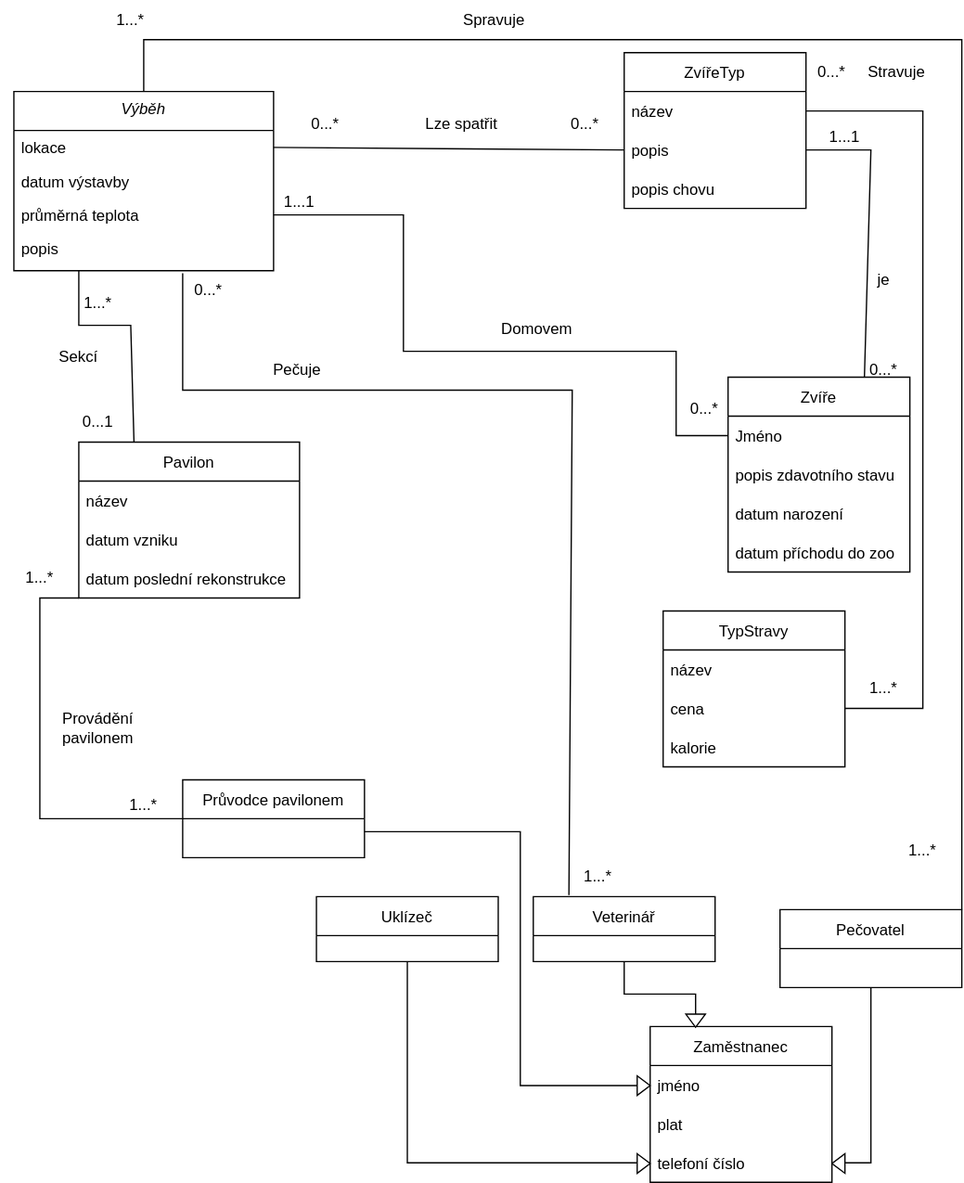
Before: NPRG036-HW1-T3G5/domain.svg, a diagram exported from draw.io (Belafon/data_formats). Source tidied: cells renumbered, new cells last; positions are measured from the earlier drawing's top-left corner, leaving out a move shared by most shapes.
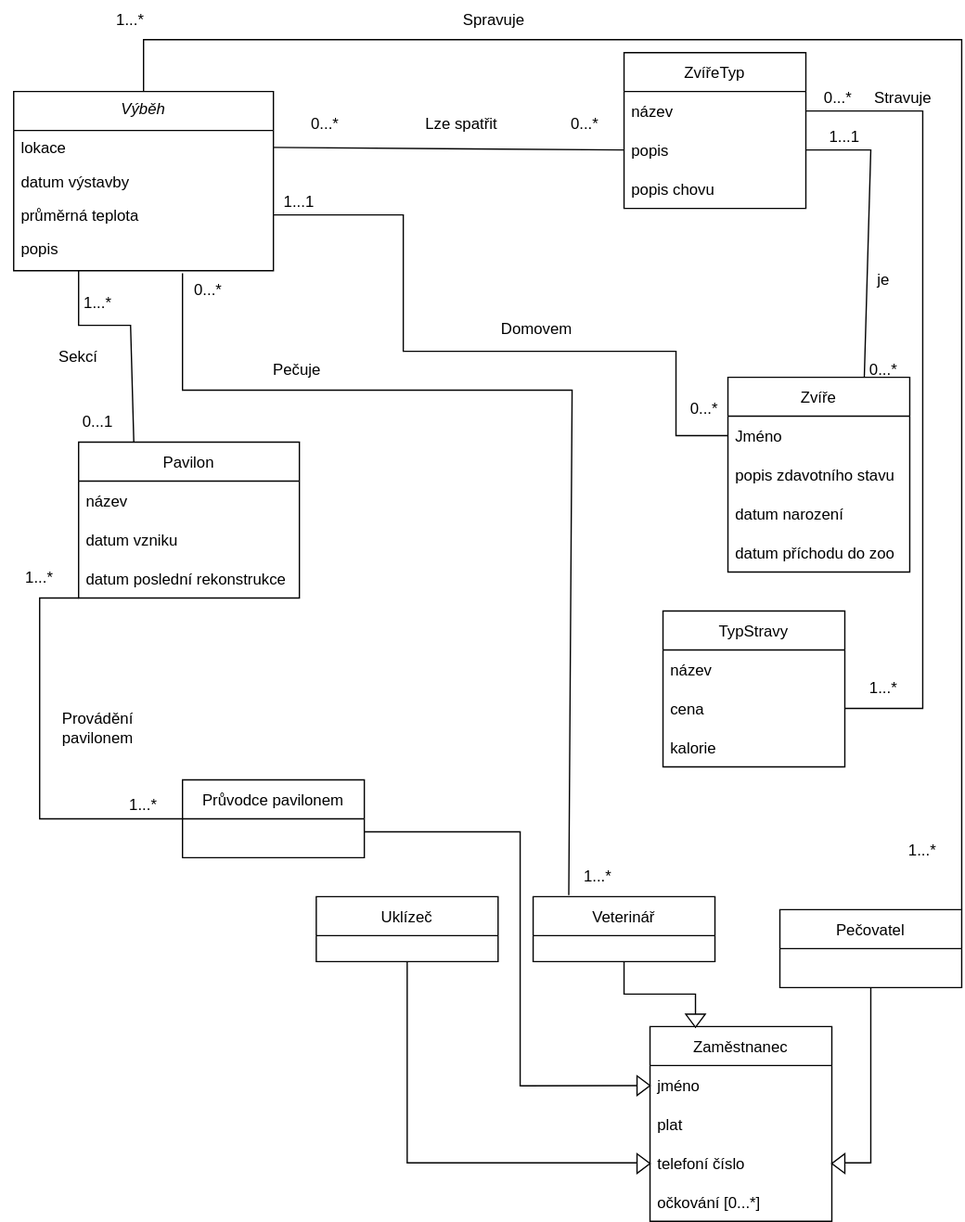
The same file after the commit.

Diff of the diagram source:
```diff
@@ -69,7 +69,7 @@
       <mxGeometry y="90" width="170" height="30" as="geometry" />
     </mxCell>
     <mxCell id="24" value="Zaměstnanec" style="swimlane;fontStyle=0;horizontal=1;startSize=30;" parent="1" vertex="1">
-      <mxGeometry x="500" y="790" width="140" height="120" as="geometry" />
+      <mxGeometry x="500" y="790" width="140" height="150" as="geometry" />
     </mxCell>
     <mxCell id="25" value="jméno" style="text;strokeColor=none;fillColor=none;align=left;verticalAlign=middle;spacingLeft=4;spacingRight=4;overflow=hidden;" parent="24" vertex="1">
       <mxGeometry y="30" width="140" height="30" as="geometry" />
@@ -80,6 +80,9 @@
     <mxCell id="27" value="telefoní číslo" style="text;strokeColor=none;fillColor=none;align=left;verticalAlign=middle;spacingLeft=4;spacingRight=4;overflow=hidden;points=[[0,0.5],[1,0.5]];portConstraint=eastwest;" parent="24" vertex="1">
       <mxGeometry y="90" width="140" height="30" as="geometry" />
     </mxCell>
+    <mxCell id="72" value="očkování [0...*]" style="text;strokeColor=none;fillColor=none;align=left;verticalAlign=middle;spacingLeft=4;spacingRight=4;overflow=hidden;" parent="24" vertex="1">
+      <mxGeometry y="120" width="140" height="30" as="geometry" />
+    </mxCell>
     <mxCell id="28" style="edgeStyle=orthogonalEdgeStyle;rounded=0;jettySize=auto;html=1;entryX=1;entryY=0.5;entryDx=0;entryDy=0;" parent="1" edge="1" source="29" target="27">
       <mxGeometry relative="1" as="geometry" />
     </mxCell>
@@ -248,13 +251,13 @@
       </mxGeometry>
     </mxCell>
     <mxCell id="69" value="0...*" style="text;html=1;strokeColor=none;fillColor=none;align=center;verticalAlign=middle;whiteSpace=wrap;rounded=0;" parent="1" vertex="1">
-      <mxGeometry x="610" y="40" width="60" height="30" as="geometry" />
+      <mxGeometry x="615" y="60" width="60" height="30" as="geometry" />
     </mxCell>
     <mxCell id="70" value="1...*" style="text;html=1;strokeColor=none;fillColor=none;align=center;verticalAlign=middle;whiteSpace=wrap;rounded=0;" parent="1" vertex="1">
       <mxGeometry x="650" y="515" width="60" height="30" as="geometry" />
     </mxCell>
     <mxCell id="71" value="Stravuje" style="text;html=1;strokeColor=none;fillColor=none;align=center;verticalAlign=middle;whiteSpace=wrap;rounded=0;" parent="1" vertex="1">
-      <mxGeometry x="660" y="40" width="60" height="30" as="geometry" />
+      <mxGeometry x="665" y="60" width="60" height="30" as="geometry" />
     </mxCell>
   </root>
 </mxGraphModel>
```
